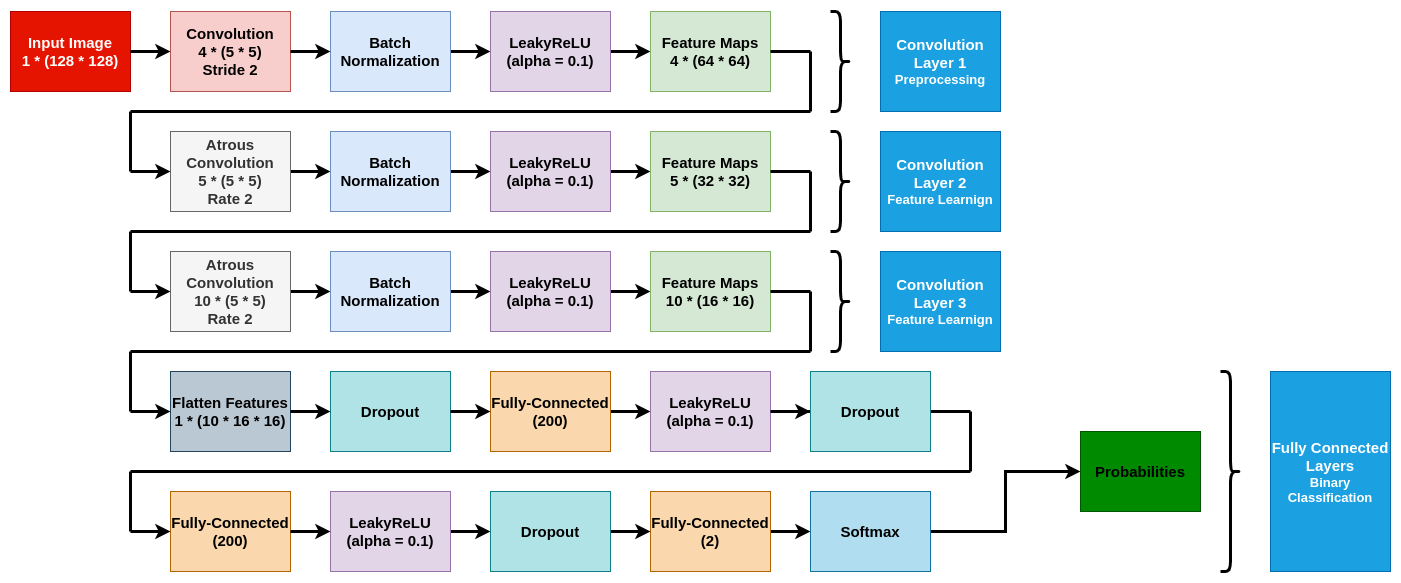
Earlier version of the draw.io export analysis/Catalyst Kernels/static/model-V1.3.0.png (EmadHelmi/steganalysis). Source tidied: cells renumbered, new cells last; positions are measured from the earlier drawing's top-left corner, leaving out a move shared by most shapes.
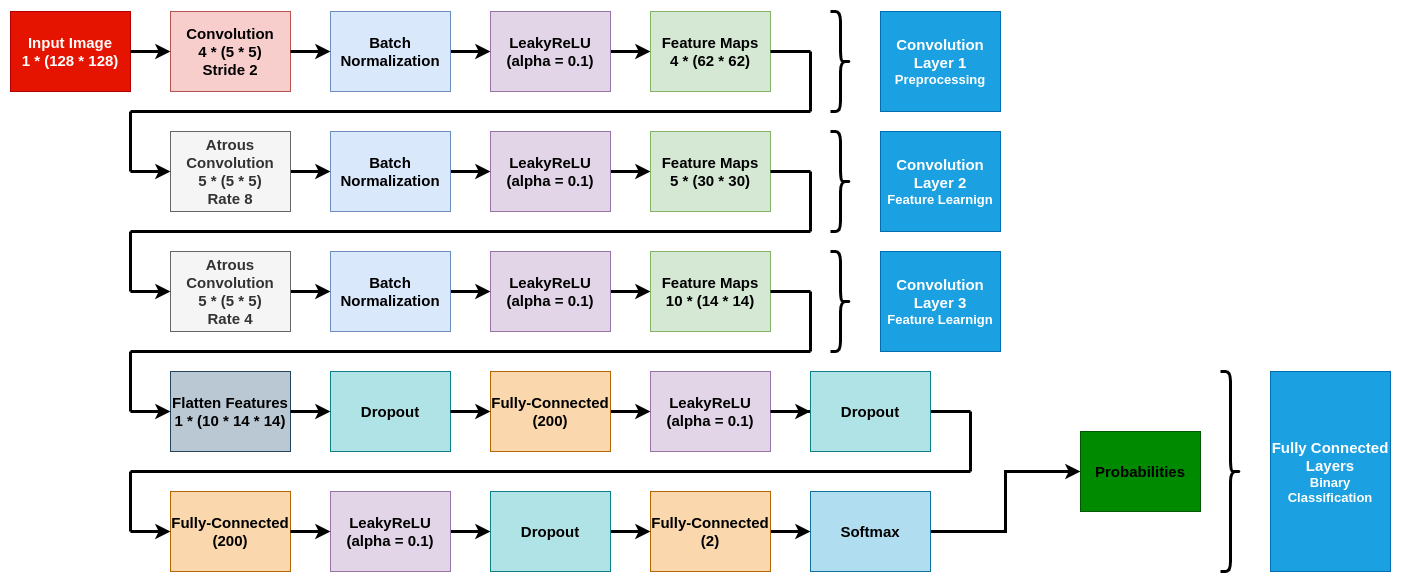
Above is the later version.

Commit message:
Add model 1.4.0, Change diagrams, Change Atrous to Conv2D

The edit, as a diff of the source:
```diff
@@ -20,13 +20,13 @@
     <mxCell id="7" value="&lt;b style=&quot;font-size: 15px&quot;&gt;LeakyReLU&lt;br&gt;(alpha = 0.1)&lt;/b&gt;" style="rounded=0;whiteSpace=wrap;html=1;fillColor=#e1d5e7;strokeColor=#9673a6;" parent="1" vertex="1">
       <mxGeometry x="480" width="120" height="80" as="geometry" />
     </mxCell>
-    <mxCell id="8" value="&lt;b style=&quot;font-size: 15px&quot;&gt;Feature Maps&lt;br&gt;4 * (64 * 64)&lt;/b&gt;" style="rounded=0;whiteSpace=wrap;html=1;fillColor=#d5e8d4;strokeColor=#82b366;" parent="1" vertex="1">
+    <mxCell id="8" value="&lt;b style=&quot;font-size: 15px&quot;&gt;Feature Maps&lt;br&gt;4 * (62 * 62)&lt;/b&gt;" style="rounded=0;whiteSpace=wrap;html=1;fillColor=#d5e8d4;strokeColor=#82b366;" parent="1" vertex="1">
       <mxGeometry x="640" width="120" height="80" as="geometry" />
     </mxCell>
     <mxCell id="9" style="edgeStyle=orthogonalEdgeStyle;rounded=0;jettySize=auto;html=1;strokeWidth=3;" parent="1" edge="1" source="10" target="12">
       <mxGeometry relative="1" as="geometry" />
     </mxCell>
-    <mxCell id="10" value="&lt;b style=&quot;font-size: 15px&quot;&gt;Atrous&lt;br&gt;Convolution&lt;br&gt;5 * (5 * 5)&lt;br&gt;Rate 2&lt;/b&gt;" style="rounded=0;whiteSpace=wrap;html=1;fillColor=#f5f5f5;strokeColor=#666666;fontColor=#333333;" parent="1" vertex="1">
+    <mxCell id="10" value="&lt;b style=&quot;font-size: 15px&quot;&gt;Atrous&lt;br&gt;Convolution&lt;br&gt;5 * (5 * 5)&lt;br&gt;Rate 8&lt;/b&gt;" style="rounded=0;whiteSpace=wrap;html=1;fillColor=#f5f5f5;strokeColor=#666666;fontColor=#333333;" parent="1" vertex="1">
       <mxGeometry x="160" y="120" width="120" height="80" as="geometry" />
     </mxCell>
     <mxCell id="11" style="edgeStyle=orthogonalEdgeStyle;rounded=0;jettySize=auto;html=1;strokeWidth=3;" parent="1" edge="1" source="12" target="14">
@@ -41,13 +41,13 @@
     <mxCell id="14" value="&lt;b style=&quot;font-size: 15px&quot;&gt;LeakyReLU&lt;br&gt;(alpha = 0.1)&lt;/b&gt;" style="rounded=0;whiteSpace=wrap;html=1;fillColor=#e1d5e7;strokeColor=#9673a6;" parent="1" vertex="1">
       <mxGeometry x="480" y="120" width="120" height="80" as="geometry" />
     </mxCell>
-    <mxCell id="15" value="&lt;b style=&quot;font-size: 15px&quot;&gt;Feature Maps&lt;br&gt;5 * (32 * 32)&lt;/b&gt;" style="rounded=0;whiteSpace=wrap;html=1;fillColor=#d5e8d4;strokeColor=#82b366;" parent="1" vertex="1">
+    <mxCell id="15" value="&lt;b style=&quot;font-size: 15px&quot;&gt;Feature Maps&lt;br&gt;5 * (30 * 30)&lt;/b&gt;" style="rounded=0;whiteSpace=wrap;html=1;fillColor=#d5e8d4;strokeColor=#82b366;" parent="1" vertex="1">
       <mxGeometry x="640" y="120" width="120" height="80" as="geometry" />
     </mxCell>
     <mxCell id="16" style="edgeStyle=orthogonalEdgeStyle;rounded=0;jettySize=auto;html=1;strokeWidth=3;" parent="1" edge="1" source="17" target="19">
       <mxGeometry relative="1" as="geometry" />
     </mxCell>
-    <mxCell id="17" value="&lt;b style=&quot;font-size: 15px&quot;&gt;Atrous&lt;br&gt;Convolution&lt;br&gt;10 * (5 * 5)&lt;br&gt;Rate&amp;nbsp;2&lt;/b&gt;" style="rounded=0;whiteSpace=wrap;html=1;fillColor=#f5f5f5;strokeColor=#666666;fontColor=#333333;" parent="1" vertex="1">
+    <mxCell id="17" value="&lt;b style=&quot;font-size: 15px&quot;&gt;Atrous&lt;br&gt;Convolution&lt;br&gt;5 * (5 * 5)&lt;br&gt;Rate 4&lt;/b&gt;" style="rounded=0;whiteSpace=wrap;html=1;fillColor=#f5f5f5;strokeColor=#666666;fontColor=#333333;" parent="1" vertex="1">
       <mxGeometry x="160" y="240" width="120" height="80" as="geometry" />
     </mxCell>
     <mxCell id="18" style="edgeStyle=orthogonalEdgeStyle;rounded=0;jettySize=auto;html=1;strokeWidth=3;" parent="1" edge="1" source="19" target="21">
@@ -62,10 +62,10 @@
     <mxCell id="21" value="&lt;b style=&quot;font-size: 15px&quot;&gt;LeakyReLU&lt;br&gt;(alpha = 0.1)&lt;/b&gt;" style="rounded=0;whiteSpace=wrap;html=1;fillColor=#e1d5e7;strokeColor=#9673a6;" parent="1" vertex="1">
       <mxGeometry x="480" y="240" width="120" height="80" as="geometry" />
     </mxCell>
-    <mxCell id="22" value="&lt;b style=&quot;font-size: 15px&quot;&gt;Feature Maps&lt;br&gt;10 * (16 * 16)&lt;/b&gt;" style="rounded=0;whiteSpace=wrap;html=1;fillColor=#d5e8d4;strokeColor=#82b366;" parent="1" vertex="1">
+    <mxCell id="22" value="&lt;b style=&quot;font-size: 15px&quot;&gt;Feature Maps&lt;br&gt;10 * (14 * 14)&lt;/b&gt;" style="rounded=0;whiteSpace=wrap;html=1;fillColor=#d5e8d4;strokeColor=#82b366;" parent="1" vertex="1">
       <mxGeometry x="640" y="240" width="120" height="80" as="geometry" />
     </mxCell>
-    <mxCell id="23" value="&lt;b style=&quot;font-size: 15px&quot;&gt;Flatten Features&lt;br&gt;1 * (10 * 16 * 16)&lt;/b&gt;" style="rounded=0;whiteSpace=wrap;html=1;fillColor=#bac8d3;strokeColor=#23445d;" parent="1" vertex="1">
+    <mxCell id="23" value="&lt;b style=&quot;font-size: 15px&quot;&gt;Flatten Features&lt;br&gt;1 * (10 * 14 * 14)&lt;/b&gt;" style="rounded=0;whiteSpace=wrap;html=1;fillColor=#bac8d3;strokeColor=#23445d;" parent="1" vertex="1">
       <mxGeometry x="160" y="360" width="120" height="80" as="geometry" />
     </mxCell>
     <mxCell id="24" style="edgeStyle=orthogonalEdgeStyle;rounded=0;jettySize=auto;html=1;strokeWidth=3;" parent="1" edge="1" target="27">
```
